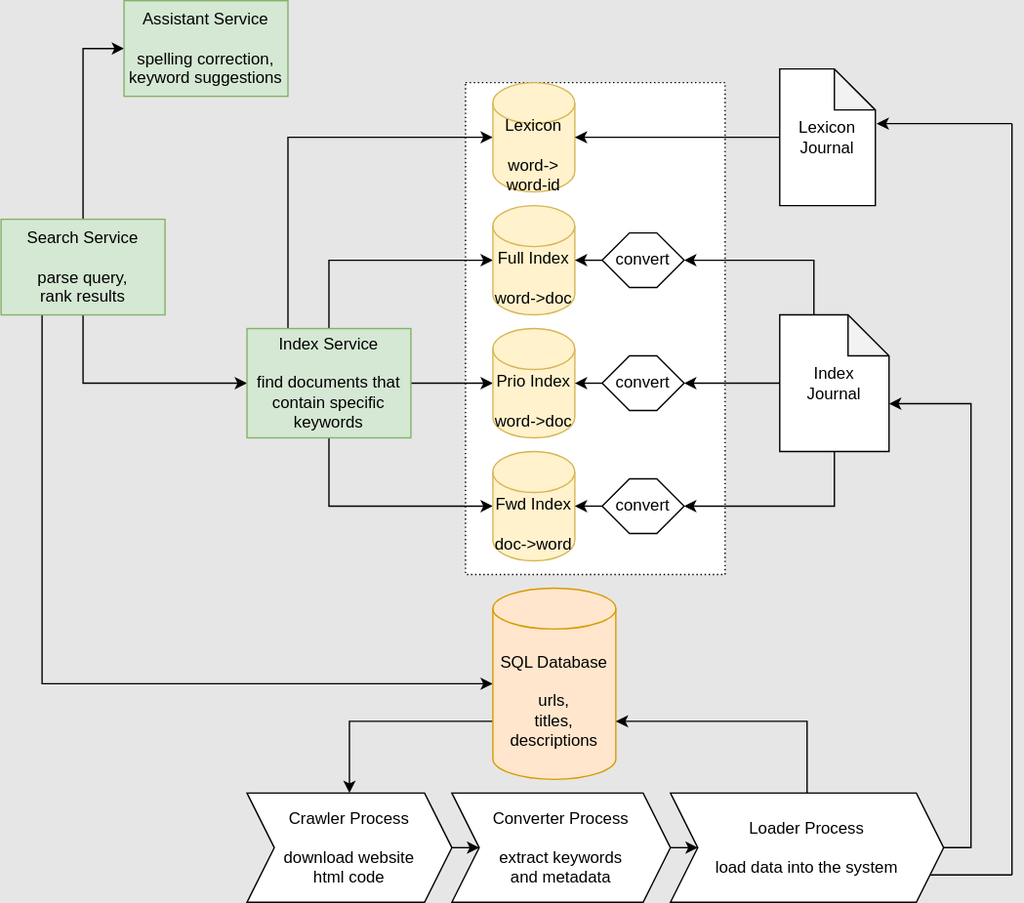
Above: doc/diagram/conceptual-overview.svg in MarginaliaSearch/MarginaliaSearch (draw.io), before the change. Source tidied: cells renumbered, new cells last; positions are measured from the earlier drawing's top-left corner, leaving out a move shared by most shapes. Source of this version:
```xml
<mxGraphModel background="#E6E6E6">
  <root>
    <mxCell id="0" />
    <mxCell id="1" parent="0" />
    <mxCell id="2" style="rounded=0;whiteSpace=wrap;html=1;dashed=1;dashPattern=1 2;" parent="1" vertex="1">
      <mxGeometry x="340" y="60" width="190" height="360" as="geometry" />
    </mxCell>
    <mxCell id="3" style="edgeStyle=orthogonalEdgeStyle;rounded=0;jettySize=auto;html=1;exitX=0.5;exitY=0;exitDx=0;exitDy=0;entryX=0;entryY=0.5;entryDx=0;entryDy=0;" parent="1" edge="1" source="6" target="7">
      <mxGeometry relative="1" as="geometry" />
    </mxCell>
    <mxCell id="4" style="edgeStyle=orthogonalEdgeStyle;rounded=0;jettySize=auto;html=1;exitX=0.5;exitY=1;exitDx=0;exitDy=0;entryX=0;entryY=0.5;entryDx=0;entryDy=0;" parent="1" edge="1" source="6" target="12">
      <mxGeometry relative="1" as="geometry" />
    </mxCell>
    <mxCell id="5" style="edgeStyle=orthogonalEdgeStyle;rounded=0;jettySize=auto;html=1;exitX=0.25;exitY=1;exitDx=0;exitDy=0;entryX=0;entryY=0.5;entryDx=0;entryDy=0;entryPerimeter=0;" parent="1" edge="1" source="6" target="17">
      <mxGeometry relative="1" as="geometry" />
    </mxCell>
    <mxCell id="6" value="Search Service&lt;br&gt;&lt;br&gt;parse query,&lt;br&gt;rank results" style="rounded=0;whiteSpace=wrap;html=1;fillColor=#d5e8d4;strokeColor=#82b366;" parent="1" vertex="1">
      <mxGeometry y="160" width="120" height="70" as="geometry" />
    </mxCell>
    <mxCell id="7" value="Assistant Service&lt;br&gt;&lt;br&gt;spelling correction,&lt;br&gt;keyword suggestions" style="rounded=0;whiteSpace=wrap;html=1;fillColor=#d5e8d4;strokeColor=#82b366;" parent="1" vertex="1">
      <mxGeometry x="90" width="120" height="70" as="geometry" />
    </mxCell>
    <mxCell id="8" style="edgeStyle=orthogonalEdgeStyle;rounded=0;jettySize=auto;html=1;exitX=1;exitY=0.5;exitDx=0;exitDy=0;entryX=0;entryY=0.5;entryDx=0;entryDy=0;entryPerimeter=0;" parent="1" edge="1" source="12" target="14">
      <mxGeometry relative="1" as="geometry" />
    </mxCell>
    <mxCell id="9" style="edgeStyle=orthogonalEdgeStyle;rounded=0;jettySize=auto;html=1;exitX=0.5;exitY=1;exitDx=0;exitDy=0;entryX=0;entryY=0.5;entryDx=0;entryDy=0;entryPerimeter=0;" parent="1" edge="1" source="12" target="13">
      <mxGeometry relative="1" as="geometry" />
    </mxCell>
    <mxCell id="10" style="edgeStyle=orthogonalEdgeStyle;rounded=0;jettySize=auto;html=1;exitX=0.5;exitY=0;exitDx=0;exitDy=0;entryX=0;entryY=0.5;entryDx=0;entryDy=0;entryPerimeter=0;" parent="1" edge="1" source="12" target="15">
      <mxGeometry relative="1" as="geometry" />
    </mxCell>
    <mxCell id="11" style="edgeStyle=orthogonalEdgeStyle;rounded=0;jettySize=auto;html=1;exitX=0.25;exitY=0;exitDx=0;exitDy=0;entryX=0;entryY=0.5;entryDx=0;entryDy=0;entryPerimeter=0;" parent="1" edge="1" source="12" target="35">
      <mxGeometry relative="1" as="geometry" />
    </mxCell>
    <mxCell id="12" value="&lt;div&gt;Index Service&lt;br&gt;&lt;br&gt;find documents that&lt;br&gt;contain specific keywords&lt;br&gt;&lt;/div&gt;" style="rounded=0;whiteSpace=wrap;html=1;fillColor=#d5e8d4;strokeColor=#82b366;" parent="1" vertex="1">
      <mxGeometry x="180" y="240" width="120" height="80" as="geometry" />
    </mxCell>
    <mxCell id="13" value="Fwd Index&lt;br&gt;&lt;br&gt;doc-&amp;gt;word" style="shape=cylinder3;whiteSpace=wrap;html=1;boundedLbl=1;backgroundOutline=1;size=15;fillColor=#fff2cc;strokeColor=#d6b656;" parent="1" vertex="1">
      <mxGeometry x="360" y="330" width="60" height="80" as="geometry" />
    </mxCell>
    <mxCell id="14" value="Prio Index&lt;div&gt;&lt;br&gt;&lt;/div&gt;&lt;div&gt;word-&amp;gt;doc&lt;br&gt;&lt;/div&gt;" style="shape=cylinder3;whiteSpace=wrap;html=1;boundedLbl=1;backgroundOutline=1;size=15;fillColor=#fff2cc;strokeColor=#d6b656;" parent="1" vertex="1">
      <mxGeometry x="360" y="240" width="60" height="80" as="geometry" />
    </mxCell>
    <mxCell id="15" value="&lt;div&gt;Full Index&lt;/div&gt;&lt;div&gt;&lt;br&gt;&lt;/div&gt;&lt;div&gt;word-&amp;gt;doc&lt;br&gt;&lt;/div&gt;" style="shape=cylinder3;whiteSpace=wrap;html=1;boundedLbl=1;backgroundOutline=1;size=15;fillColor=#fff2cc;strokeColor=#d6b656;" parent="1" vertex="1">
      <mxGeometry x="360" y="150" width="60" height="80" as="geometry" />
    </mxCell>
    <mxCell id="16" style="edgeStyle=orthogonalEdgeStyle;rounded=0;jettySize=auto;html=1;exitX=0;exitY=0;exitDx=0;exitDy=97.5;exitPerimeter=0;entryX=0.5;entryY=0;entryDx=0;entryDy=0;" parent="1" edge="1" source="17" target="25">
      <mxGeometry relative="1" as="geometry" />
    </mxCell>
    <mxCell id="17" value="SQL Database&lt;br&gt;&lt;br&gt;urls, &lt;br&gt;titles, descriptions" style="shape=cylinder3;whiteSpace=wrap;html=1;boundedLbl=1;backgroundOutline=1;size=15;fillColor=#ffe6cc;strokeColor=#d79b00;" parent="1" vertex="1">
      <mxGeometry x="360" y="430" width="90" height="140" as="geometry" />
    </mxCell>
    <mxCell id="18" style="edgeStyle=orthogonalEdgeStyle;rounded=0;jettySize=auto;html=1;exitX=0;exitY=0.5;exitDx=0;exitDy=0;entryX=1;entryY=0.5;entryDx=0;entryDy=0;entryPerimeter=0;" parent="1" edge="1" source="19" target="15">
      <mxGeometry relative="1" as="geometry" />
    </mxCell>
    <mxCell id="19" value="convert" style="shape=hexagon;perimeter=hexagonPerimeter2;whiteSpace=wrap;html=1;fixedSize=1;" parent="1" vertex="1">
      <mxGeometry x="440" y="170" width="60" height="40" as="geometry" />
    </mxCell>
    <mxCell id="20" style="edgeStyle=orthogonalEdgeStyle;rounded=0;jettySize=auto;html=1;exitX=0;exitY=0.5;exitDx=0;exitDy=0;entryX=1;entryY=0.5;entryDx=0;entryDy=0;entryPerimeter=0;" parent="1" edge="1" source="21" target="14">
      <mxGeometry relative="1" as="geometry" />
    </mxCell>
    <mxCell id="21" value="convert" style="shape=hexagon;perimeter=hexagonPerimeter2;whiteSpace=wrap;html=1;fixedSize=1;" parent="1" vertex="1">
      <mxGeometry x="440" y="260" width="60" height="40" as="geometry" />
    </mxCell>
    <mxCell id="22" style="edgeStyle=orthogonalEdgeStyle;rounded=0;jettySize=auto;html=1;exitX=0;exitY=0.5;exitDx=0;exitDy=0;entryX=1;entryY=0.5;entryDx=0;entryDy=0;entryPerimeter=0;" parent="1" edge="1" source="23" target="13">
      <mxGeometry relative="1" as="geometry" />
    </mxCell>
    <mxCell id="23" value="convert" style="shape=hexagon;perimeter=hexagonPerimeter2;whiteSpace=wrap;html=1;fixedSize=1;" parent="1" vertex="1">
      <mxGeometry x="440" y="350" width="60" height="40" as="geometry" />
    </mxCell>
    <mxCell id="24" style="edgeStyle=orthogonalEdgeStyle;rounded=0;jettySize=auto;html=1;exitX=1;exitY=0.5;exitDx=0;exitDy=0;entryX=0;entryY=0.5;entryDx=0;entryDy=0;" parent="1" edge="1" source="25" target="27">
      <mxGeometry relative="1" as="geometry" />
    </mxCell>
    <mxCell id="25" value="Crawler Process&lt;br&gt;&lt;br&gt;download website&lt;br&gt;html code" style="shape=step;perimeter=stepPerimeter;whiteSpace=wrap;html=1;fixedSize=1;" parent="1" vertex="1">
      <mxGeometry x="180" y="580" width="150" height="80" as="geometry" />
    </mxCell>
    <mxCell id="26" style="edgeStyle=orthogonalEdgeStyle;rounded=0;jettySize=auto;html=1;exitX=1;exitY=0.5;exitDx=0;exitDy=0;entryX=0;entryY=0.5;entryDx=0;entryDy=0;" parent="1" edge="1" source="27" target="30">
      <mxGeometry relative="1" as="geometry" />
    </mxCell>
    <mxCell id="27" value="Converter Process&lt;br&gt;&lt;br&gt;extract keywords&lt;br&gt;and metadata" style="shape=step;perimeter=stepPerimeter;whiteSpace=wrap;html=1;fixedSize=1;" parent="1" vertex="1">
      <mxGeometry x="330" y="580" width="160" height="80" as="geometry" />
    </mxCell>
    <mxCell id="28" style="edgeStyle=orthogonalEdgeStyle;rounded=0;jettySize=auto;html=1;exitX=0.5;exitY=0;exitDx=0;exitDy=0;entryX=1;entryY=0;entryDx=0;entryDy=97.5;entryPerimeter=0;" parent="1" edge="1" source="30" target="17">
      <mxGeometry relative="1" as="geometry" />
    </mxCell>
    <mxCell id="29" style="edgeStyle=orthogonalEdgeStyle;rounded=0;jettySize=auto;html=1;exitX=1;exitY=0.5;exitDx=0;exitDy=0;entryX=0;entryY=0;entryDx=80;entryDy=65;entryPerimeter=0;" parent="1" edge="1" source="30" target="34">
      <mxGeometry relative="1" as="geometry" />
    </mxCell>
    <mxCell id="30" value="Loader Process&lt;br&gt;&lt;br&gt;load data into the system" style="shape=step;perimeter=stepPerimeter;whiteSpace=wrap;html=1;fixedSize=1;" parent="1" vertex="1">
      <mxGeometry x="490" y="580" width="200" height="80" as="geometry" />
    </mxCell>
    <mxCell id="31" style="edgeStyle=orthogonalEdgeStyle;rounded=0;jettySize=auto;html=1;exitX=0;exitY=0;exitDx=25;exitDy=0;exitPerimeter=0;entryX=1;entryY=0.5;entryDx=0;entryDy=0;" parent="1" edge="1" source="34" target="19">
      <mxGeometry relative="1" as="geometry" />
    </mxCell>
    <mxCell id="32" style="edgeStyle=orthogonalEdgeStyle;rounded=0;jettySize=auto;html=1;" parent="1" edge="1" source="34" target="21">
      <mxGeometry relative="1" as="geometry" />
    </mxCell>
    <mxCell id="33" style="edgeStyle=orthogonalEdgeStyle;rounded=0;jettySize=auto;html=1;exitX=0.5;exitY=1;exitDx=0;exitDy=0;exitPerimeter=0;entryX=1;entryY=0.5;entryDx=0;entryDy=0;" parent="1" edge="1" source="34" target="23">
      <mxGeometry relative="1" as="geometry" />
    </mxCell>
    <mxCell id="34" value="Index &lt;br&gt;Journal" style="shape=note;whiteSpace=wrap;html=1;backgroundOutline=1;darkOpacity=0.05;" parent="1" vertex="1">
      <mxGeometry x="570" y="230" width="80" height="100" as="geometry" />
    </mxCell>
    <mxCell id="35" value="Lexicon&lt;br&gt;&lt;br&gt;word-&amp;gt; word-id" style="shape=cylinder3;whiteSpace=wrap;html=1;boundedLbl=1;backgroundOutline=1;size=15;fillColor=#fff2cc;strokeColor=#d6b656;" parent="1" vertex="1">
      <mxGeometry x="360" y="60" width="60" height="80" as="geometry" />
    </mxCell>
    <mxCell id="36" style="endArrow=none;html=1;rounded=0;" parent="1" edge="1">
      <mxGeometry relative="1" as="geometry">
        <mxPoint x="680" y="640" as="sourcePoint" />
        <mxPoint x="740" y="640" as="targetPoint" />
      </mxGeometry>
    </mxCell>
    <mxCell id="37" style="endArrow=none;html=1;rounded=0;" parent="1" edge="1">
      <mxGeometry relative="1" as="geometry">
        <mxPoint x="740" y="640" as="sourcePoint" />
        <mxPoint x="740" y="90" as="targetPoint" />
      </mxGeometry>
    </mxCell>
    <mxCell id="38" style="endArrow=classic;html=1;rounded=0;entryX=1.013;entryY=0.4;entryDx=0;entryDy=0;entryPerimeter=0;" parent="1" edge="1" target="40">
      <mxGeometry relative="1" as="geometry">
        <mxPoint x="740" y="90" as="sourcePoint" />
        <Array as="points">
          <mxPoint x="720" y="90" />
        </Array>
      </mxGeometry>
    </mxCell>
    <mxCell id="39" style="edgeStyle=orthogonalEdgeStyle;rounded=0;jettySize=auto;html=1;exitX=0;exitY=0.5;exitDx=0;exitDy=0;exitPerimeter=0;" parent="1" edge="1" source="40" target="35">
      <mxGeometry relative="1" as="geometry" />
    </mxCell>
    <mxCell id="40" value="Lexicon&lt;br&gt;Journal" style="shape=note;whiteSpace=wrap;html=1;backgroundOutline=1;darkOpacity=0.05;" parent="1" vertex="1">
      <mxGeometry x="570" y="50" width="70" height="100" as="geometry" />
    </mxCell>
  </root>
</mxGraphModel>
```
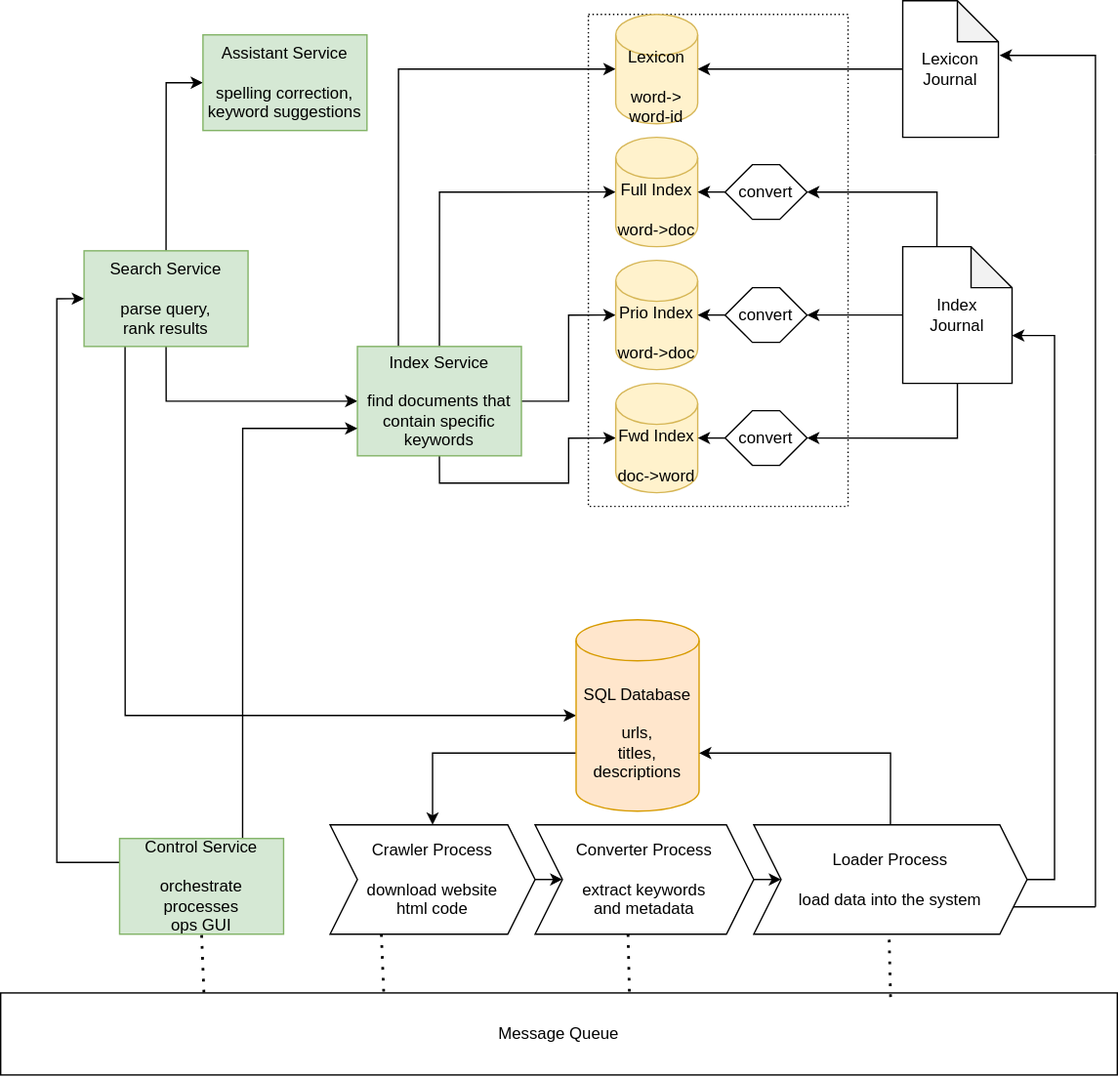
Later version of the same file.

Commit message:
(doc) Add control-service to conceptual overview

Not adding every interaction as it would turn into a rat king.

What changed in the source:
```diff
@@ -1,4 +1,4 @@
-<mxGraphModel background="#E6E6E6">
+<mxGraphModel background="#ffffff">
   <root>
     <mxCell id="0" />
     <mxCell id="1" parent="0" />
@@ -15,10 +15,10 @@
       <mxGeometry relative="1" as="geometry" />
     </mxCell>
     <mxCell id="6" value="Search Service&lt;br&gt;&lt;br&gt;parse query,&lt;br&gt;rank results" style="rounded=0;whiteSpace=wrap;html=1;fillColor=#d5e8d4;strokeColor=#82b366;" parent="1" vertex="1">
-      <mxGeometry y="160" width="120" height="70" as="geometry" />
+      <mxGeometry x="-29" y="233" width="120" height="70" as="geometry" />
     </mxCell>
     <mxCell id="7" value="Assistant Service&lt;br&gt;&lt;br&gt;spelling correction,&lt;br&gt;keyword suggestions" style="rounded=0;whiteSpace=wrap;html=1;fillColor=#d5e8d4;strokeColor=#82b366;" parent="1" vertex="1">
-      <mxGeometry x="90" width="120" height="70" as="geometry" />
+      <mxGeometry x="58" y="75" width="120" height="70" as="geometry" />
     </mxCell>
     <mxCell id="8" style="edgeStyle=orthogonalEdgeStyle;rounded=0;jettySize=auto;html=1;exitX=1;exitY=0.5;exitDx=0;exitDy=0;entryX=0;entryY=0.5;entryDx=0;entryDy=0;entryPerimeter=0;" parent="1" edge="1" source="12" target="14">
       <mxGeometry relative="1" as="geometry" />
@@ -33,7 +33,7 @@
       <mxGeometry relative="1" as="geometry" />
     </mxCell>
     <mxCell id="12" value="&lt;div&gt;Index Service&lt;br&gt;&lt;br&gt;find documents that&lt;br&gt;contain specific keywords&lt;br&gt;&lt;/div&gt;" style="rounded=0;whiteSpace=wrap;html=1;fillColor=#d5e8d4;strokeColor=#82b366;" parent="1" vertex="1">
-      <mxGeometry x="180" y="240" width="120" height="80" as="geometry" />
+      <mxGeometry x="171" y="303" width="120" height="80" as="geometry" />
     </mxCell>
     <mxCell id="13" value="Fwd Index&lt;br&gt;&lt;br&gt;doc-&amp;gt;word" style="shape=cylinder3;whiteSpace=wrap;html=1;boundedLbl=1;backgroundOutline=1;size=15;fillColor=#fff2cc;strokeColor=#d6b656;" parent="1" vertex="1">
       <mxGeometry x="360" y="330" width="60" height="80" as="geometry" />
@@ -48,7 +48,7 @@
       <mxGeometry relative="1" as="geometry" />
     </mxCell>
     <mxCell id="17" value="SQL Database&lt;br&gt;&lt;br&gt;urls, &lt;br&gt;titles, descriptions" style="shape=cylinder3;whiteSpace=wrap;html=1;boundedLbl=1;backgroundOutline=1;size=15;fillColor=#ffe6cc;strokeColor=#d79b00;" parent="1" vertex="1">
-      <mxGeometry x="360" y="430" width="90" height="140" as="geometry" />
+      <mxGeometry x="331" y="503" width="90" height="140" as="geometry" />
     </mxCell>
     <mxCell id="18" style="edgeStyle=orthogonalEdgeStyle;rounded=0;jettySize=auto;html=1;exitX=0;exitY=0.5;exitDx=0;exitDy=0;entryX=1;entryY=0.5;entryDx=0;entryDy=0;entryPerimeter=0;" parent="1" edge="1" source="19" target="15">
       <mxGeometry relative="1" as="geometry" />
@@ -72,13 +72,13 @@
       <mxGeometry relative="1" as="geometry" />
     </mxCell>
     <mxCell id="25" value="Crawler Process&lt;br&gt;&lt;br&gt;download website&lt;br&gt;html code" style="shape=step;perimeter=stepPerimeter;whiteSpace=wrap;html=1;fixedSize=1;" parent="1" vertex="1">
-      <mxGeometry x="180" y="580" width="150" height="80" as="geometry" />
+      <mxGeometry x="151" y="653" width="150" height="80" as="geometry" />
     </mxCell>
     <mxCell id="26" style="edgeStyle=orthogonalEdgeStyle;rounded=0;jettySize=auto;html=1;exitX=1;exitY=0.5;exitDx=0;exitDy=0;entryX=0;entryY=0.5;entryDx=0;entryDy=0;" parent="1" edge="1" source="27" target="30">
       <mxGeometry relative="1" as="geometry" />
     </mxCell>
     <mxCell id="27" value="Converter Process&lt;br&gt;&lt;br&gt;extract keywords&lt;br&gt;and metadata" style="shape=step;perimeter=stepPerimeter;whiteSpace=wrap;html=1;fixedSize=1;" parent="1" vertex="1">
-      <mxGeometry x="330" y="580" width="160" height="80" as="geometry" />
+      <mxGeometry x="301" y="653" width="160" height="80" as="geometry" />
     </mxCell>
     <mxCell id="28" style="edgeStyle=orthogonalEdgeStyle;rounded=0;jettySize=auto;html=1;exitX=0.5;exitY=0;exitDx=0;exitDy=0;entryX=1;entryY=0;entryDx=0;entryDy=97.5;entryPerimeter=0;" parent="1" edge="1" source="30" target="17">
       <mxGeometry relative="1" as="geometry" />
@@ -87,7 +87,7 @@
       <mxGeometry relative="1" as="geometry" />
     </mxCell>
     <mxCell id="30" value="Loader Process&lt;br&gt;&lt;br&gt;load data into the system" style="shape=step;perimeter=stepPerimeter;whiteSpace=wrap;html=1;fixedSize=1;" parent="1" vertex="1">
-      <mxGeometry x="490" y="580" width="200" height="80" as="geometry" />
+      <mxGeometry x="461" y="653" width="200" height="80" as="geometry" />
     </mxCell>
     <mxCell id="31" style="edgeStyle=orthogonalEdgeStyle;rounded=0;jettySize=auto;html=1;exitX=0;exitY=0;exitDx=25;exitDy=0;exitPerimeter=0;entryX=1;entryY=0.5;entryDx=0;entryDy=0;" parent="1" edge="1" source="34" target="19">
       <mxGeometry relative="1" as="geometry" />
@@ -106,21 +106,21 @@
     </mxCell>
     <mxCell id="36" style="endArrow=none;html=1;rounded=0;" parent="1" edge="1">
       <mxGeometry relative="1" as="geometry">
-        <mxPoint x="680" y="640" as="sourcePoint" />
-        <mxPoint x="740" y="640" as="targetPoint" />
+        <mxPoint x="651" y="713" as="sourcePoint" />
+        <mxPoint x="711" y="713" as="targetPoint" />
       </mxGeometry>
     </mxCell>
     <mxCell id="37" style="endArrow=none;html=1;rounded=0;" parent="1" edge="1">
       <mxGeometry relative="1" as="geometry">
-        <mxPoint x="740" y="640" as="sourcePoint" />
-        <mxPoint x="740" y="90" as="targetPoint" />
+        <mxPoint x="711" y="713" as="sourcePoint" />
+        <mxPoint x="711" y="163" as="targetPoint" />
       </mxGeometry>
     </mxCell>
     <mxCell id="38" style="endArrow=classic;html=1;rounded=0;entryX=1.013;entryY=0.4;entryDx=0;entryDy=0;entryPerimeter=0;" parent="1" edge="1" target="40">
       <mxGeometry relative="1" as="geometry">
-        <mxPoint x="740" y="90" as="sourcePoint" />
+        <mxPoint x="711" y="163" as="sourcePoint" />
         <Array as="points">
-          <mxPoint x="720" y="90" />
+          <mxPoint x="711" y="90" />
         </Array>
       </mxGeometry>
     </mxCell>
@@ -130,5 +130,35 @@
     <mxCell id="40" value="Lexicon&lt;br&gt;Journal" style="shape=note;whiteSpace=wrap;html=1;backgroundOutline=1;darkOpacity=0.05;" parent="1" vertex="1">
       <mxGeometry x="570" y="50" width="70" height="100" as="geometry" />
     </mxCell>
+    <mxCell id="41" style="edgeStyle=orthogonalEdgeStyle;rounded=0;jettySize=auto;html=1;exitX=0;exitY=0.25;exitDx=0;exitDy=0;entryX=0;entryY=0.5;entryDx=0;entryDy=0;" parent="1" edge="1" source="43" target="6">
+      <mxGeometry relative="1" as="geometry" />
+    </mxCell>
+    <mxCell id="42" style="edgeStyle=orthogonalEdgeStyle;rounded=0;jettySize=auto;html=1;exitX=0.75;exitY=0;exitDx=0;exitDy=0;entryX=0;entryY=0.75;entryDx=0;entryDy=0;" parent="1" edge="1" source="43" target="12">
+      <mxGeometry relative="1" as="geometry" />
+    </mxCell>
+    <mxCell id="43" value="&lt;div&gt;Control Service&lt;/div&gt;&lt;div&gt;&lt;br&gt;&lt;/div&gt;&lt;div&gt;orchestrate processes&lt;/div&gt;&lt;div&gt;ops GUI&lt;br&gt;&lt;/div&gt;" style="rounded=0;whiteSpace=wrap;html=1;fillColor=#d5e8d4;strokeColor=#82b366;" parent="1" vertex="1">
+      <mxGeometry x="-3" y="663" width="120" height="70" as="geometry" />
+    </mxCell>
+    <mxCell id="44" value="Message Queue" style="rounded=0;whiteSpace=wrap;html=1;" parent="1" vertex="1">
+      <mxGeometry x="-90" y="776" width="817" height="60" as="geometry" />
+    </mxCell>
+    <mxCell id="45" style="endArrow=none;dashed=1;html=1;dashPattern=1 3;strokeWidth=2;rounded=0;entryX=0.25;entryY=1;entryDx=0;entryDy=0;exitX=0.343;exitY=-0.017;exitDx=0;exitDy=0;exitPerimeter=0;" parent="1" edge="1" source="44" target="25">
+      <mxGeometry relative="1" as="geometry" />
+    </mxCell>
+    <mxCell id="46" style="endArrow=none;dashed=1;html=1;dashPattern=1 3;strokeWidth=2;rounded=0;entryX=0.25;entryY=1;entryDx=0;entryDy=0;exitX=0.343;exitY=-0.017;exitDx=0;exitDy=0;exitPerimeter=0;" parent="1" edge="1">
+      <mxGeometry relative="1" as="geometry">
+        <mxPoint x="370" y="775" as="sourcePoint" />
+        <mxPoint x="369" y="733" as="targetPoint" />
+      </mxGeometry>
+    </mxCell>
+    <mxCell id="47" style="endArrow=none;dashed=1;html=1;dashPattern=1 3;strokeWidth=2;rounded=0;entryX=0.25;entryY=1;entryDx=0;entryDy=0;exitX=0.343;exitY=-0.017;exitDx=0;exitDy=0;exitPerimeter=0;" parent="1" edge="1">
+      <mxGeometry relative="1" as="geometry">
+        <mxPoint x="561.1" y="779" as="sourcePoint" />
+        <mxPoint x="560.1" y="737" as="targetPoint" />
+      </mxGeometry>
+    </mxCell>
+    <mxCell id="48" style="endArrow=none;dashed=1;html=1;dashPattern=1 3;strokeWidth=2;rounded=0;entryX=0.5;entryY=1;entryDx=0;entryDy=0;exitX=0.182;exitY=-0.006;exitDx=0;exitDy=0;exitPerimeter=0;" parent="1" edge="1" source="44" target="43">
+      <mxGeometry relative="1" as="geometry" />
+    </mxCell>
   </root>
 </mxGraphModel>
```
